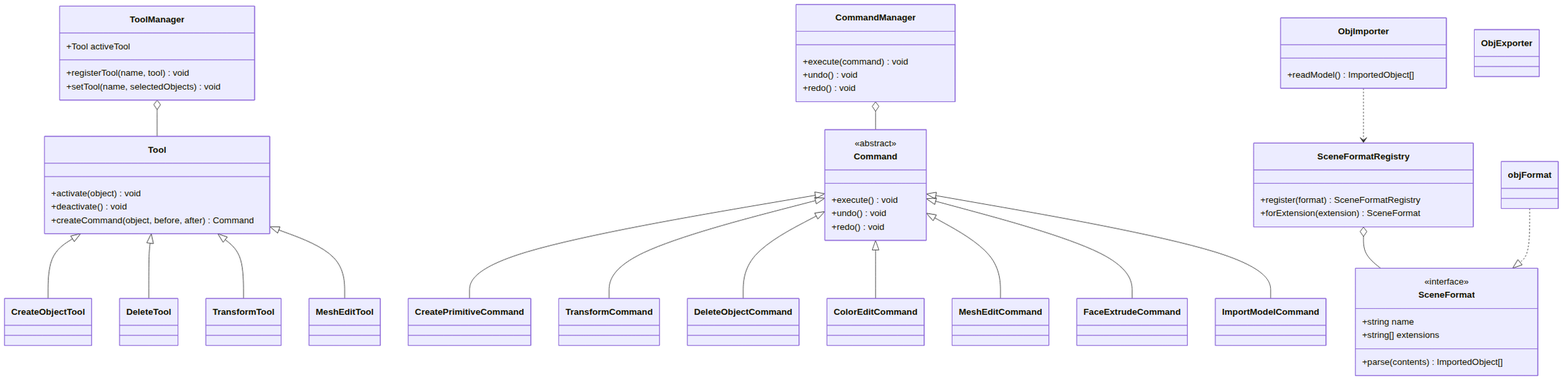
Above: docs/diagrams/out/b5-editor-app.png in ssugary/BlenderPDS (Mermaid), before the change. Its source is kept beside it as docs/diagrams/src/b5-editor-app.mmd. Its diagram source:
```mermaid
classDiagram
    classDef frozen fill:#dbeafe,stroke:#1e40af,color:#0f172a
    classDef hotspot fill:#fef3c7,stroke:#b45309,color:#0f172a
    classDef app fill:#dcfce7,stroke:#166534,color:#0f172a

    class Tool {
        +activate(object) void
        +deactivate() void
        +createCommand(object, before, after) Command
    }
    class ToolManager {
        +Tool activeTool
        +registerTool(name, tool) void
        +setTool(name, selectedObjects) void
    }
    class CreateObjectTool
    class DeleteTool
    class TransformTool
    class MeshEditTool
    class Command {
        <<abstract>>
        +execute() void
        +undo() void
        +redo() void
    }
    class CommandManager {
        +execute(command) void
        +undo() void
        +redo() void
    }
    class CreatePrimitiveCommand
    class TransformCommand
    class DeleteObjectCommand
    class ColorEditCommand
    class MeshEditCommand
    class FaceExtrudeCommand
    class ImportModelCommand
    class SceneFormat {
        <<interface>>
        +string name
        +string[] extensions
        +parse(contents) ImportedObject[]
    }
    class SceneFormatRegistry {
        +register(format) SceneFormatRegistry
        +forExtension(extension) SceneFormat
    }
    class objFormat
    class ObjImporter {
        +readModel() ImportedObject[]
    }
    class ObjExporter

    ToolManager o-- Tool
    Tool <|-- CreateObjectTool
    Tool <|-- DeleteTool
    Tool <|-- TransformTool
    Tool <|-- MeshEditTool
    CommandManager o-- Command
    Command <|-- CreatePrimitiveCommand
    Command <|-- TransformCommand
    Command <|-- DeleteObjectCommand
    Command <|-- ColorEditCommand
    Command <|-- MeshEditCommand
    Command <|-- FaceExtrudeCommand
    Command <|-- ImportModelCommand
    SceneFormatRegistry o-- SceneFormat
    objFormat ..|> SceneFormat
    ObjImporter ..> SceneFormatRegistry

    cssClass "SceneFormat,SceneFormatRegistry" hotspot
    cssClass "Tool,ToolManager,CreateObjectTool,DeleteTool,TransformTool,MeshEditTool,Command,CommandManager,CreatePrimitiveCommand,TransformCommand,DeleteObjectCommand,ColorEditCommand,MeshEditCommand,FaceExtrudeCommand,ImportModelCommand,objFormat,ObjImporter,ObjExporter" app
```
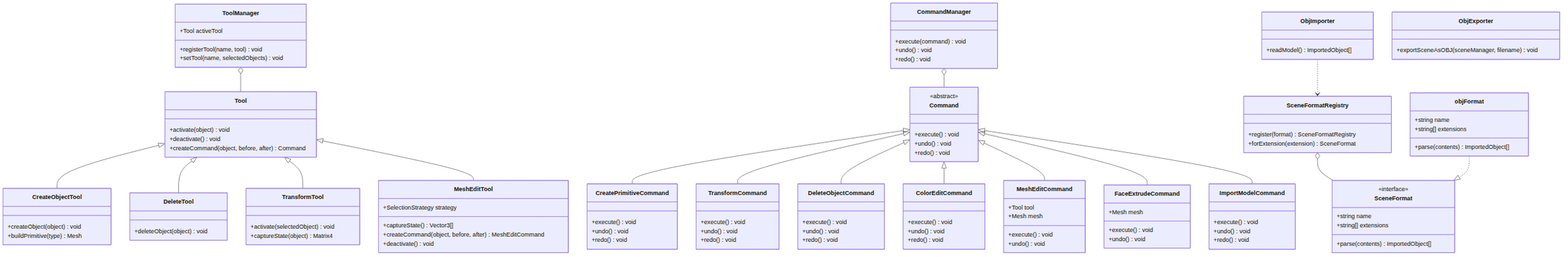
Above is the later version.

Diff of the diagram source:
```diff
@@ -13,10 +13,23 @@
         +registerTool(name, tool) void
         +setTool(name, selectedObjects) void
     }
-    class CreateObjectTool
-    class DeleteTool
-    class TransformTool
-    class MeshEditTool
+    class CreateObjectTool {
+    +createObject(object) void
+    +buildPrimitive(type) Mesh
+    }
+    class DeleteTool {
+    +deleteObject(object) void
+    }
+    class TransformTool {
+    +activate(selectedObject) void
+    +captureState(object) Matrix4
+    }
+    class MeshEditTool {
+    +SelectionStrategy strategy
+    +captureState() Vector3[]
+    +createCommand(object, before, after) MeshEditCommand
+    +deactivate() void
+    }
     class Command {
         <<abstract>>
         +execute() void
@@ -28,13 +41,42 @@
         +undo() void
         +redo() void
     }
-    class CreatePrimitiveCommand
-    class TransformCommand
-    class DeleteObjectCommand
-    class ColorEditCommand
-    class MeshEditCommand
-    class FaceExtrudeCommand
-    class ImportModelCommand
+    class CreatePrimitiveCommand {
+    +execute() void
+    +undo() void
+    +redo() void
+    }
+    class TransformCommand {
+    +execute() void
+    +undo() void
+    +redo() void
+    }
+    class DeleteObjectCommand {
+    +execute() void
+    +undo() void
+    +redo() void
+    }
+    class ColorEditCommand {
+    +execute() void
+    +undo() void
+    +redo() void
+    }
+    class MeshEditCommand {
+    +Tool tool
+    +Mesh mesh
+    +execute() void
+    +undo() void
+    }
+    class FaceExtrudeCommand {
+    +Mesh mesh
+    +execute() void
+    +undo() void
+    }
+    class ImportModelCommand {
+    +execute() void
+    +undo() void
+    +redo() void
+    }
     class SceneFormat {
         <<interface>>
         +string name
@@ -45,11 +87,17 @@
         +register(format) SceneFormatRegistry
         +forExtension(extension) SceneFormat
     }
-    class objFormat
+    class objFormat {
+    +string name
+    +string[] extensions
+    +parse(contents) ImportedObject[]
+    }
     class ObjImporter {
         +readModel() ImportedObject[]
     }
-    class ObjExporter
+    class ObjExporter {
+    +exportSceneAsOBJ(sceneManager, filename) void
+    }
 
     ToolManager o-- Tool
     Tool <|-- CreateObjectTool
```
